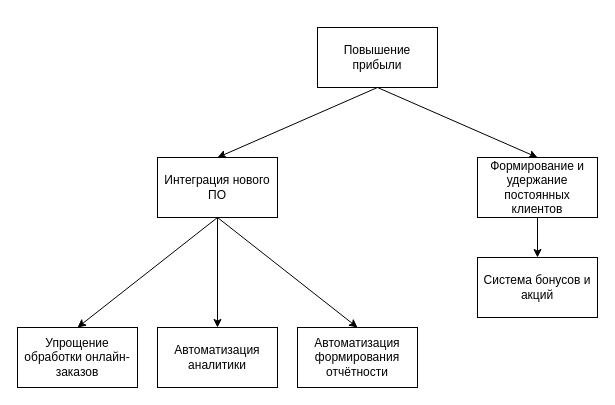
The draw.io diagram page "дерево целей" (10 of 10) of Обоснование.drawio in Rattokun/ModelRep, before the edit. Source tidied: cells renumbered, new cells numbered last; positions are measured from the earlier drawing's top-left corner, leaving out a move shared by most shapes. Both pictures are drawn from the tidied source at 100%, with x=0, y=0 at pixel (17, 27).
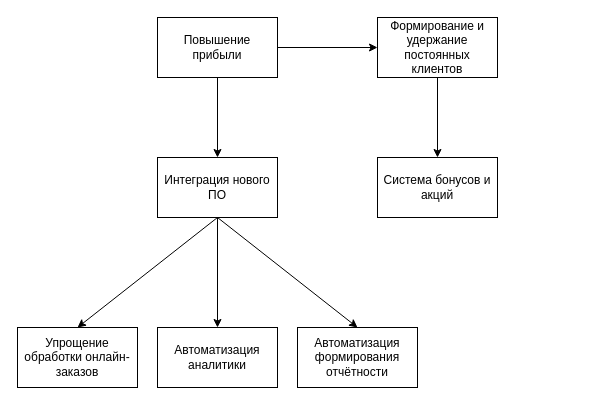
The same diagram, later.

Change to the diagram source:
```diff
@@
 <mxGraphModel>
   <root>
     <mxCell id="0" />
     <mxCell id="1" parent="0" />
     <mxCell id="2" value="Повышение прибыли" style="rounded=0;whiteSpace=wrap;html=1;" parent="1" vertex="1">
-      <mxGeometry x="300" width="120" height="60" as="geometry" />
+      <mxGeometry x="140" y="-10" width="120" height="60" as="geometry" />
     </mxCell>
     <mxCell id="3" value="Формирование и удержание постоянных клиентов" style="rounded=0;whiteSpace=wrap;html=1;" parent="1" vertex="1">
-      <mxGeometry x="460" y="130" width="120" height="60" as="geometry" />
+      <mxGeometry x="360" y="-10" width="120" height="60" as="geometry" />
     </mxCell>
     <mxCell id="4" value="Система бонусов и акций" style="rounded=0;whiteSpace=wrap;html=1;" parent="1" vertex="1">
-      <mxGeometry x="460" y="230" width="120" height="60" as="geometry" />
+      <mxGeometry x="360" y="130" width="120" height="60" as="geometry" />
     </mxCell>
     <mxCell id="5" value="Интеграция нового ПО" style="rounded=0;whiteSpace=wrap;html=1;" parent="1" vertex="1">
       <mxGeometry x="140" y="130" width="120" height="60" as="geometry" />
     </mxCell>
     <mxCell id="6" value="Автоматизация формирования отчётности" style="rounded=0;whiteSpace=wrap;html=1;" parent="1" vertex="1">
       <mxGeometry x="280" y="300" width="120" height="60" as="geometry" />
     </mxCell>
     <mxCell id="7" value="Автоматизация аналитики" style="rounded=0;whiteSpace=wrap;html=1;" parent="1" vertex="1">
       <mxGeometry x="140" y="300" width="120" height="60" as="geometry" />
     </mxCell>
     <mxCell id="8" value="Упрощение обработки онлайн-заказов" style="rounded=0;whiteSpace=wrap;html=1;" parent="1" vertex="1">
       <mxGeometry y="300" width="120" height="60" as="geometry" />
     </mxCell>
-    <mxCell id="9" style="endArrow=classic;html=1;rounded=0;entryX=0.5;entryY=0;entryDx=0;entryDy=0;exitX=0.5;exitY=1;exitDx=0;exitDy=0;" parent="1" edge="1" source="2" target="3">
+    <mxCell id="9" style="endArrow=classic;html=1;rounded=0;entryX=0;entryY=0.5;entryDx=0;entryDy=0;exitX=1;exitY=0.5;exitDx=0;exitDy=0;" parent="1" edge="1" source="2" target="3">
       <mxGeometry relative="1" as="geometry" />
     </mxCell>
     <mxCell id="10" style="endArrow=classic;html=1;rounded=0;entryX=0.5;entryY=0;entryDx=0;entryDy=0;exitX=0.5;exitY=1;exitDx=0;exitDy=0;" parent="1" edge="1" source="2" target="5">
       <mxGeometry relative="1" as="geometry" />
     </mxCell>
     <mxCell id="11" style="endArrow=classic;html=1;rounded=0;entryX=0.5;entryY=0;entryDx=0;entryDy=0;exitX=0.5;exitY=1;exitDx=0;exitDy=0;" parent="1" edge="1" source="3" target="4">
       <mxGeometry relative="1" as="geometry" />
     </mxCell>
     <mxCell id="12" style="endArrow=classic;html=1;rounded=0;entryX=0.5;entryY=0;entryDx=0;entryDy=0;exitX=0.5;exitY=1;exitDx=0;exitDy=0;" parent="1" edge="1" source="5" target="7">
       <mxGeometry relative="1" as="geometry" />
     </mxCell>
     <mxCell id="13" style="endArrow=classic;html=1;rounded=0;entryX=0.5;entryY=0;entryDx=0;entryDy=0;exitX=0.5;exitY=1;exitDx=0;exitDy=0;" parent="1" edge="1" source="5" target="6">
       <mxGeometry relative="1" as="geometry" />
     </mxCell>
     <mxCell id="14" style="endArrow=classic;html=1;rounded=0;entryX=0.5;entryY=0;entryDx=0;entryDy=0;exitX=0.5;exitY=1;exitDx=0;exitDy=0;" parent="1" edge="1" source="5" target="8">
       <mxGeometry relative="1" as="geometry" />
     </mxCell>
   </root>
 </mxGraphModel>
```
